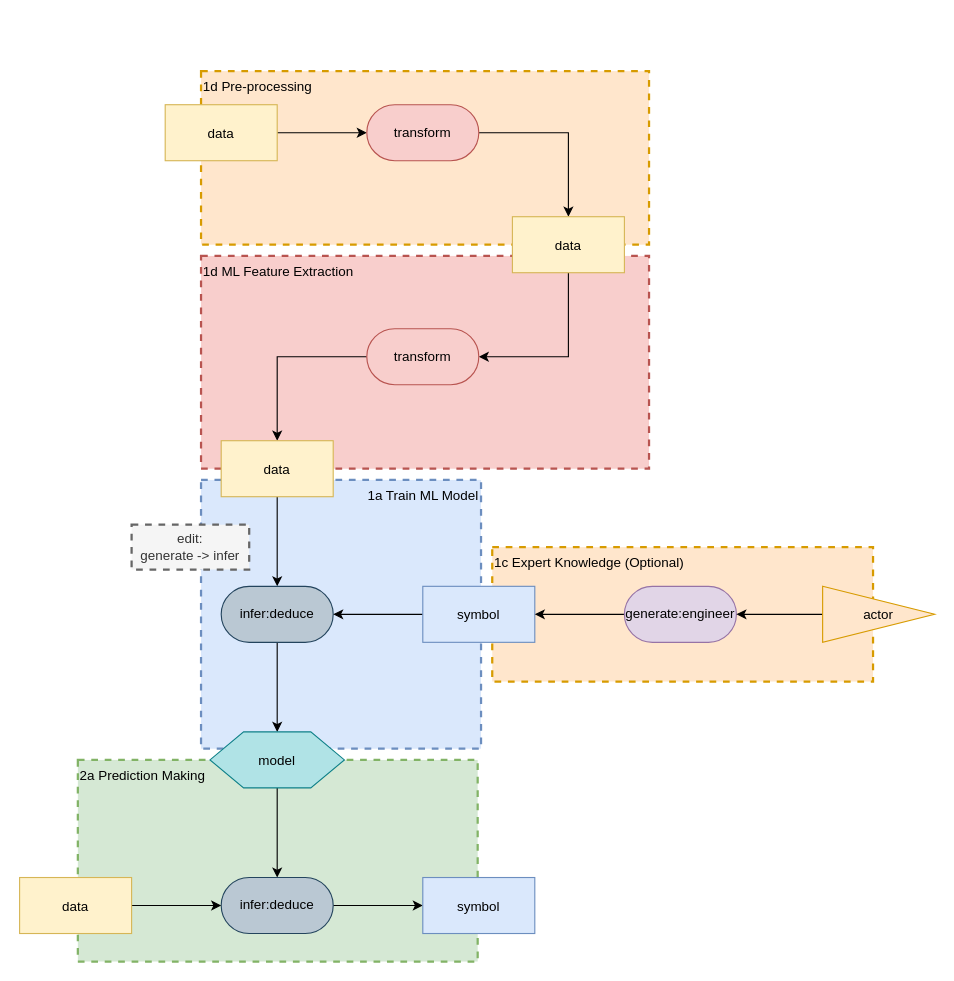
Before: page "Generalized Pattern" (1 of 6) of medical patterns to boxologies/ML Pre-processes input data for Rule-Based inference (MLRB)/MLRB.drawio in zonnesmit/thesis, a draw.io diagram. Source tidied: cells renumbered, new cells numbered last; positions are measured from the earlier drawing's top-left corner, leaving out a move shared by most shapes. Both pictures are drawn from the tidied source at 112%, with x=0, y=0 at pixel (19, 71).
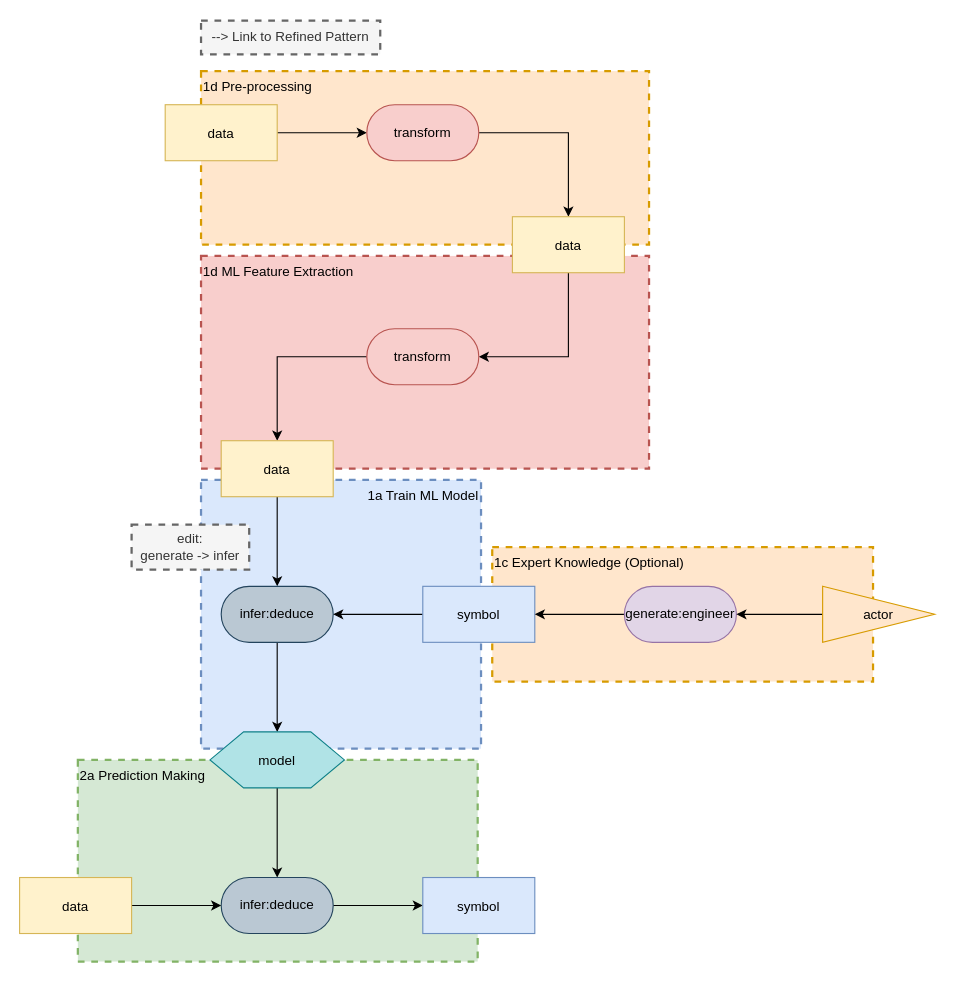
After the change.

Diff of the diagram source:
```diff
@@
+    <mxCell id="33" value="--&amp;gt; Link to Refined Pattern" style="text;html=1;align=center;verticalAlign=middle;whiteSpace=wrap;rounded=0;dashed=1;fillColor=#f5f5f5;fontColor=#333333;strokeColor=#666666;strokeWidth=2;" parent="1" vertex="1">
+      <mxGeometry x="162" y="-45" width="160" height="30" as="geometry" />
+    </mxCell>
```
